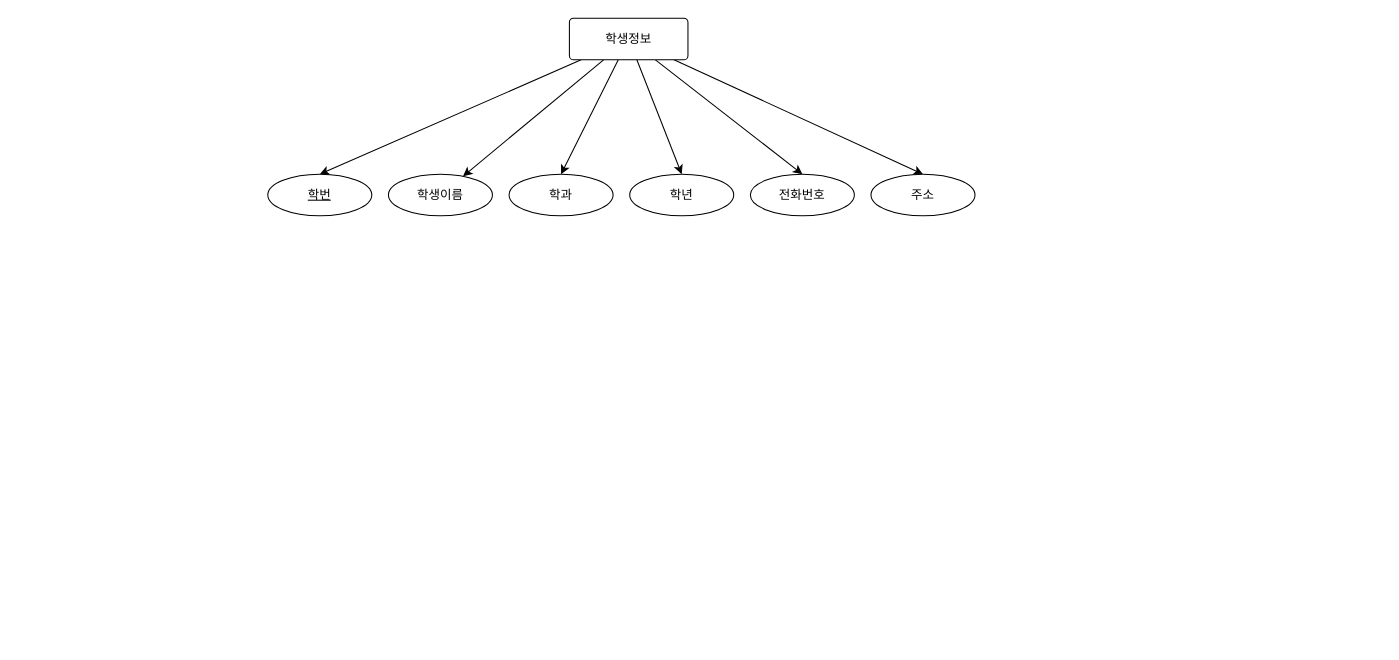
Before: Oracle/학생정보.drawio in jinh0318a/Biz-2024-505-DBMS, a draw.io diagram. Source tidied: cells renumbered, new cells numbered last; positions are measured from the earlier drawing's top-left corner, leaving out a move shared by most shapes. Both pictures are drawn from the tidied source at 104%, with x=0, y=0 at pixel (267, 18).
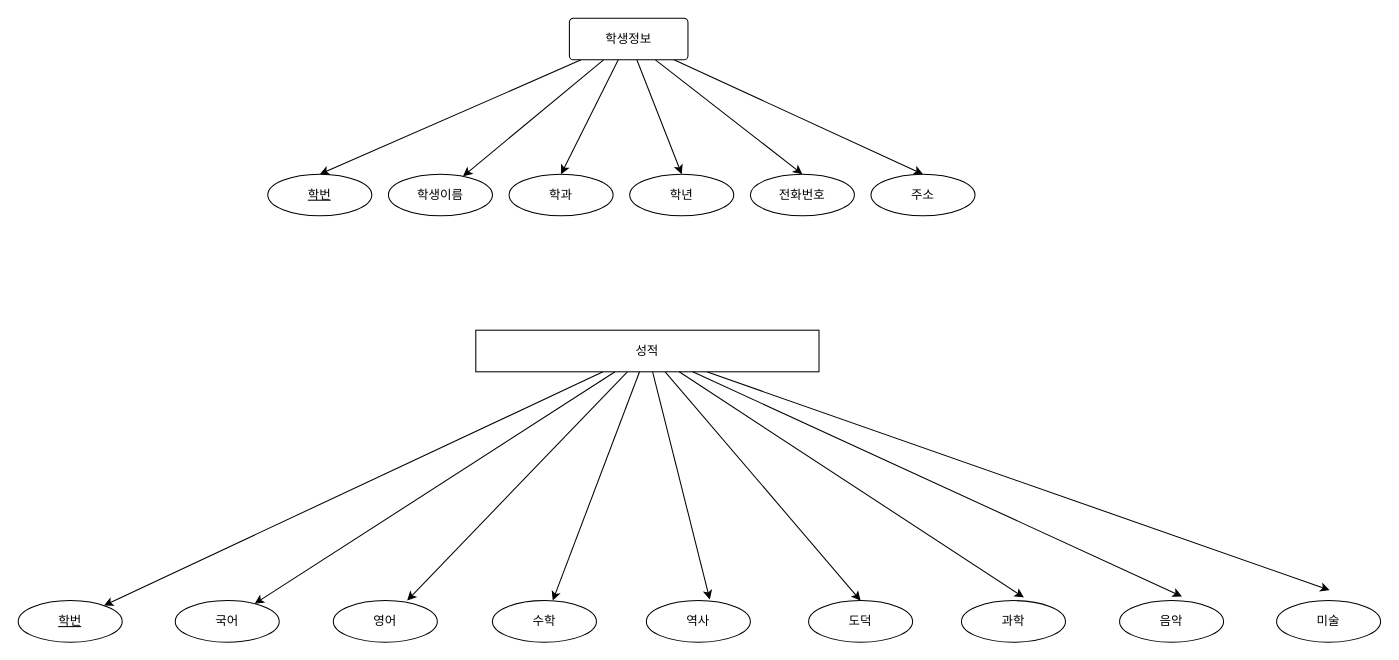
The same diagram, later.

What changed in the source:
```diff
@@
+    <mxCell id="15" style="rounded=0;jettySize=auto;html=1;" parent="1" edge="1" source="19" target="20">
+      <mxGeometry relative="1" as="geometry" />
+    </mxCell>
+    <mxCell id="16" style="rounded=0;jettySize=auto;html=1;" parent="1" edge="1" source="19" target="28">
+      <mxGeometry relative="1" as="geometry" />
+    </mxCell>
+    <mxCell id="17" style="rounded=0;jettySize=auto;html=1;entryX=0.5;entryY=0;entryDx=0;entryDy=0;" parent="1" edge="1" source="19" target="25">
+      <mxGeometry relative="1" as="geometry" />
+    </mxCell>
+    <mxCell id="18" style="rounded=0;jettySize=auto;html=1;" parent="1" edge="1" source="19">
+      <mxGeometry relative="1" as="geometry">
+        <mxPoint x="1021" y="550" as="targetPoint" />
+      </mxGeometry>
+    </mxCell>
+    <mxCell id="19" value="성적" style="whiteSpace=wrap;html=1;align=center;" parent="1" vertex="1">
+      <mxGeometry x="200" y="300" width="330" height="40" as="geometry" />
+    </mxCell>
+    <mxCell id="20" value="학번" style="ellipse;whiteSpace=wrap;html=1;align=center;fontStyle=4;" parent="1" vertex="1">
+      <mxGeometry x="-240" y="560" width="100" height="40" as="geometry" />
+    </mxCell>
+    <mxCell id="21" value="역사" style="ellipse;whiteSpace=wrap;html=1;align=center;" parent="1" vertex="1">
+      <mxGeometry x="364" y="560" width="100" height="40" as="geometry" />
+    </mxCell>
+    <mxCell id="22" value="미술" style="ellipse;whiteSpace=wrap;html=1;align=center;" parent="1" vertex="1">
+      <mxGeometry x="970" y="560" width="100" height="40" as="geometry" />
+    </mxCell>
+    <mxCell id="23" value="음악" style="ellipse;whiteSpace=wrap;html=1;align=center;" parent="1" vertex="1">
+      <mxGeometry x="819" y="560" width="100" height="40" as="geometry" />
+    </mxCell>
+    <mxCell id="24" value="과학" style="ellipse;whiteSpace=wrap;html=1;align=center;" parent="1" vertex="1">
+      <mxGeometry x="667" y="560" width="100" height="40" as="geometry" />
+    </mxCell>
+    <mxCell id="25" value="도덕" style="ellipse;whiteSpace=wrap;html=1;align=center;" parent="1" vertex="1">
+      <mxGeometry x="520" y="560" width="100" height="40" as="geometry" />
+    </mxCell>
+    <mxCell id="26" value="수학" style="ellipse;whiteSpace=wrap;html=1;align=center;" parent="1" vertex="1">
+      <mxGeometry x="216" y="560" width="100" height="40" as="geometry" />
+    </mxCell>
+    <mxCell id="27" value="영어" style="ellipse;whiteSpace=wrap;html=1;align=center;" parent="1" vertex="1">
+      <mxGeometry x="63" y="560" width="100" height="40" as="geometry" />
+    </mxCell>
+    <mxCell id="28" value="국어" style="ellipse;whiteSpace=wrap;html=1;align=center;" parent="1" vertex="1">
+      <mxGeometry x="-89" y="560" width="100" height="40" as="geometry" />
+    </mxCell>
+    <mxCell id="29" style="rounded=0;jettySize=auto;html=1;entryX=0.71;entryY=0;entryDx=0;entryDy=0;entryPerimeter=0;" parent="1" edge="1" source="19" target="27">
+      <mxGeometry relative="1" as="geometry" />
+    </mxCell>
+    <mxCell id="30" style="rounded=0;jettySize=auto;html=1;entryX=0.58;entryY=0;entryDx=0;entryDy=0;entryPerimeter=0;" parent="1" edge="1" source="19" target="26">
+      <mxGeometry relative="1" as="geometry" />
+    </mxCell>
+    <mxCell id="31" style="rounded=0;jettySize=auto;html=1;entryX=0.61;entryY=-0.025;entryDx=0;entryDy=0;entryPerimeter=0;" parent="1" edge="1" source="19" target="21">
+      <mxGeometry relative="1" as="geometry" />
+    </mxCell>
+    <mxCell id="32" style="rounded=0;jettySize=auto;html=1;entryX=0.6;entryY=-0.075;entryDx=0;entryDy=0;entryPerimeter=0;" parent="1" edge="1" source="19" target="24">
+      <mxGeometry relative="1" as="geometry" />
+    </mxCell>
+    <mxCell id="33" style="rounded=0;jettySize=auto;html=1;entryX=0.6;entryY=-0.1;entryDx=0;entryDy=0;entryPerimeter=0;" parent="1" edge="1" source="19" target="23">
+      <mxGeometry relative="1" as="geometry" />
+    </mxCell>
```
